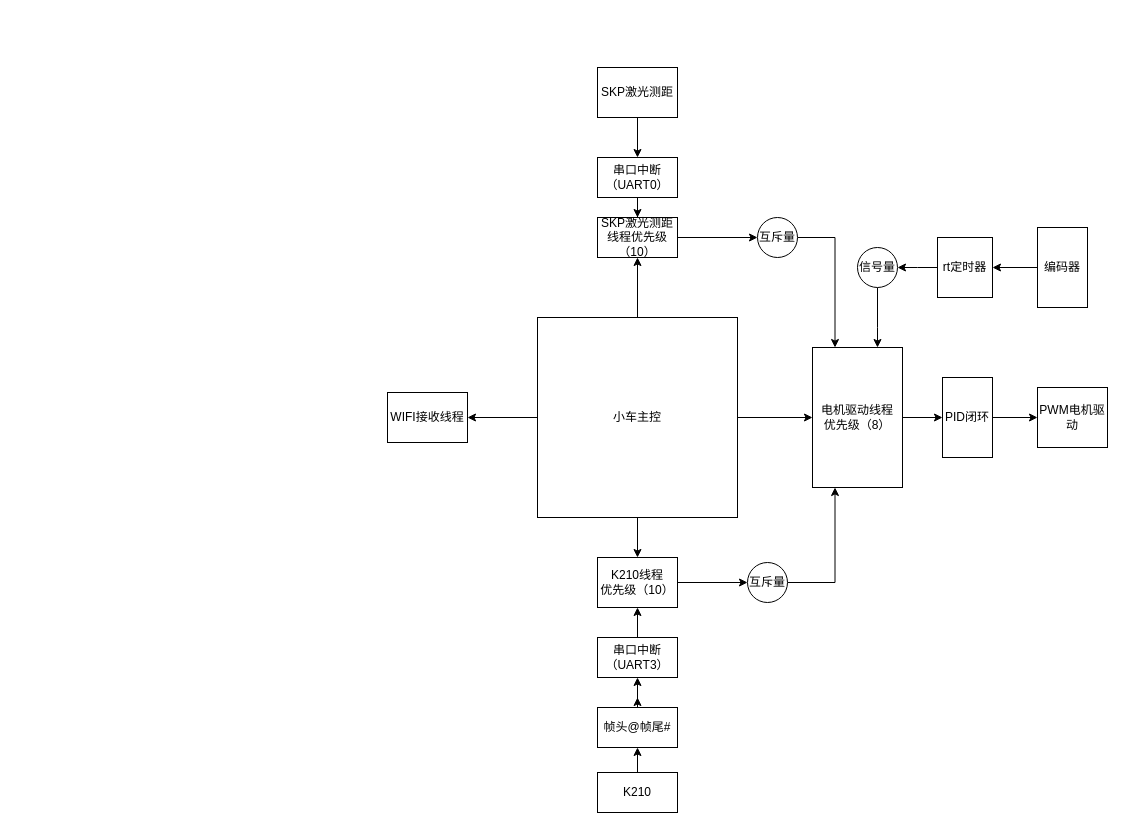
The draw.io diagram 小车软件框架.drawio in Garsad/Intelligent-tracking-car-C52, before the edit. Source tidied: cells renumbered, new cells numbered last; positions are measured from the earlier drawing's top-left corner, leaving out a move shared by most shapes. Both pictures are drawn from the tidied source at 100%, with x=0, y=0 at pixel (387, 67).
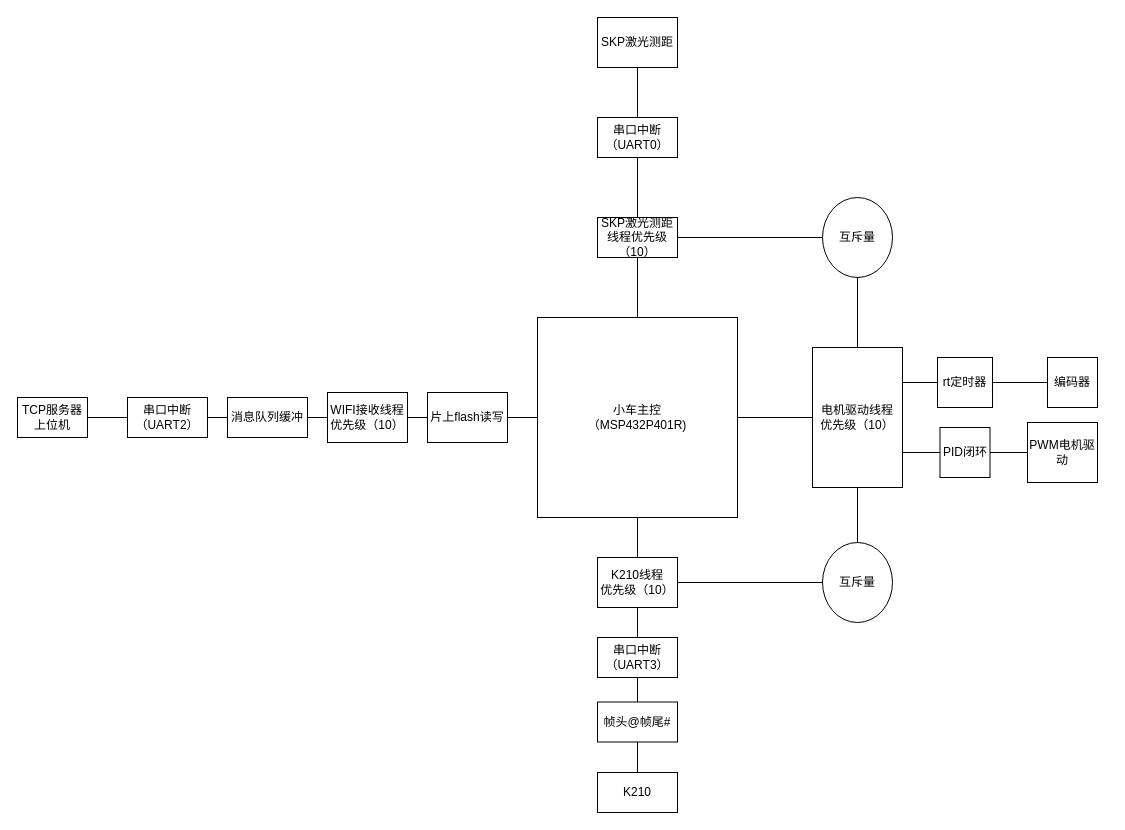
The same page after the edit.

Commit message:
更新小车软件框架.drawio

The change refers to these unchanged cells:
```xml
<mxCell id="8" value="K210线程&lt;br&gt;优先级（10）" style="rounded=0;whiteSpace=wrap;html=1;" parent="1" vertex="1">
  <mxGeometry x="210" y="490" width="80" height="50" as="geometry" />
</mxCell>
```

Diff of the diagram source:
```diff
@@
-    <mxCell id="2" style="edgeStyle=orthogonalEdgeStyle;rounded=0;jettySize=auto;html=1;" parent="1" edge="1" source="6" target="31">
-      <mxGeometry relative="1" as="geometry" />
-    </mxCell>
-    <mxCell id="3" style="edgeStyle=orthogonalEdgeStyle;rounded=0;jettySize=auto;html=1;" parent="1" edge="1" source="6" target="13">
-      <mxGeometry relative="1" as="geometry" />
-    </mxCell>
-    <mxCell id="4" style="edgeStyle=orthogonalEdgeStyle;rounded=0;jettySize=auto;html=1;" parent="1" edge="1" source="6" target="8">
-      <mxGeometry relative="1" as="geometry" />
-    </mxCell>
-    <mxCell id="5" style="edgeStyle=orthogonalEdgeStyle;rounded=0;jettySize=auto;html=1;" parent="1" edge="1" source="6" target="9">
-      <mxGeometry relative="1" as="geometry" />
-    </mxCell>
-    <mxCell id="6" value="小车主控" style="whiteSpace=wrap;html=1;" parent="1" vertex="1">
+    <mxCell id="6" value="小车主控&lt;br&gt;（MSP432P401R)" style="whiteSpace=wrap;html=1;" parent="1" vertex="1">
       <mxGeometry x="150" y="250" width="200" height="200" as="geometry" />
     </mxCell>
-    <mxCell id="7" style="edgeStyle=orthogonalEdgeStyle;rounded=0;jettySize=auto;html=1;" parent="1" edge="1" source="8" target="26">
-      <mxGeometry relative="1" as="geometry" />
-    </mxCell>
@@
-    <mxCell id="9" value="WIFI接收线程" style="rounded=0;whiteSpace=wrap;html=1;" parent="1" vertex="1">
-      <mxGeometry y="325" width="80" height="50" as="geometry" />
+    <mxCell id="9" value="WIFI接收线程&lt;br&gt;优先级（10）" style="rounded=0;whiteSpace=wrap;html=1;" parent="1" vertex="1">
+      <mxGeometry x="-60" y="325" width="80" height="50" as="geometry" />
     </mxCell>
-    <mxCell id="10" style="edgeStyle=orthogonalEdgeStyle;rounded=0;jettySize=auto;html=1;" parent="1" edge="1" source="11" target="28">
-      <mxGeometry relative="1" as="geometry" />
-    </mxCell>
     <mxCell id="11" value="SKP激光测距" style="rounded=0;whiteSpace=wrap;html=1;" parent="1" vertex="1">
-      <mxGeometry x="210" width="80" height="50" as="geometry" />
+      <mxGeometry x="210" y="-50" width="80" height="50" as="geometry" />
     </mxCell>
-    <mxCell id="12" style="edgeStyle=orthogonalEdgeStyle;rounded=0;jettySize=auto;html=1;" parent="1" edge="1" source="13" target="17">
-      <mxGeometry relative="1" as="geometry" />
-    </mxCell>
-    <mxCell id="13" value="电机驱动线程&lt;br&gt;优先级（8）" style="rounded=0;whiteSpace=wrap;html=1;direction=south;" parent="1" vertex="1">
+    <mxCell id="13" value="电机驱动线程&lt;br&gt;优先级（10）" style="rounded=0;whiteSpace=wrap;html=1;direction=south;" parent="1" vertex="1">
       <mxGeometry x="425" y="280" width="90" height="140" as="geometry" />
     </mxCell>
-    <mxCell id="14" style="edgeStyle=orthogonalEdgeStyle;rounded=0;jettySize=auto;html=1;" parent="1" edge="1" source="15" target="34">
-      <mxGeometry relative="1" as="geometry" />
-    </mxCell>
     <mxCell id="15" value="编码器" style="rounded=0;whiteSpace=wrap;html=1;direction=south;" parent="1" vertex="1">
-      <mxGeometry x="650" y="160" width="50" height="80" as="geometry" />
+      <mxGeometry x="660" y="290" width="50" height="50" as="geometry" />
     </mxCell>
-    <mxCell id="16" style="edgeStyle=orthogonalEdgeStyle;rounded=0;jettySize=auto;html=1;" parent="1" edge="1" source="17" target="37">
-      <mxGeometry relative="1" as="geometry" />
-    </mxCell>
     <mxCell id="17" value="PID闭环" style="rounded=0;whiteSpace=wrap;html=1;direction=south;" parent="1" vertex="1">
-      <mxGeometry x="555" y="310" width="50" height="80" as="geometry" />
+      <mxGeometry x="552.5" y="360" width="50" height="50" as="geometry" />
     </mxCell>
+    <mxCell id="19" value="K210" style="rounded=0;whiteSpace=wrap;html=1;direction=west;" parent="1" vertex="1">
+      <mxGeometry x="210" y="705" width="80" height="40" as="geometry" />
+    </mxCell>
+    <mxCell id="22" value="帧头@帧尾#" style="rounded=0;whiteSpace=wrap;html=1;" parent="1" vertex="1">
+      <mxGeometry x="210" y="634.5" width="80" height="40" as="geometry" />
+    </mxCell>
+    <mxCell id="24" value="串口中断（UART3）" style="rounded=0;whiteSpace=wrap;html=1;" parent="1" vertex="1">
+      <mxGeometry x="210" y="570" width="80" height="40" as="geometry" />
+    </mxCell>
+    <mxCell id="28" value="串口中断（UART0）" style="rounded=0;whiteSpace=wrap;html=1;" parent="1" vertex="1">
+      <mxGeometry x="210" y="50" width="80" height="40" as="geometry" />
+    </mxCell>
+    <mxCell id="31" value="SKP激光测距线程优先级（10）" style="whiteSpace=wrap;html=1;rounded=0;" parent="1" vertex="1">
+      <mxGeometry x="210" y="150" width="80" height="40" as="geometry" />
+    </mxCell>
+    <mxCell id="34" value="rt定时器" style="whiteSpace=wrap;html=1;rounded=0;" parent="1" vertex="1">
+      <mxGeometry x="550" y="290" width="55" height="50" as="geometry" />
+    </mxCell>
+    <mxCell id="37" value="PWM电机驱动" style="whiteSpace=wrap;html=1;rounded=0;" parent="1" vertex="1">
+      <mxGeometry x="640" y="355" width="70" height="60" as="geometry" />
+    </mxCell>
+    <mxCell id="38" value="消息队列缓冲" style="whiteSpace=wrap;html=1;rounded=0;" parent="1" vertex="1">
+      <mxGeometry x="-160" y="330" width="80" height="40" as="geometry" />
+    </mxCell>
+    <mxCell id="39" value="串口中断（UART2）" style="rounded=0;whiteSpace=wrap;html=1;" parent="1" vertex="1">
+      <mxGeometry x="-260" y="330" width="80" height="40" as="geometry" />
+    </mxCell>
+    <mxCell id="40" value="TCP服务器上位机" style="rounded=0;whiteSpace=wrap;html=1;" parent="1" vertex="1">
+      <mxGeometry x="-370" y="330" width="70" height="40" as="geometry" />
+    </mxCell>
+    <mxCell id="41" style="endArrow=none;html=1;rounded=0;exitX=1;exitY=0.5;exitDx=0;exitDy=0;entryX=0;entryY=0.5;entryDx=0;entryDy=0;" parent="1" edge="1" source="40" target="39">
+      <mxGeometry relative="1" as="geometry" />
+    </mxCell>
+    <mxCell id="42" style="endArrow=none;html=1;rounded=0;exitX=1;exitY=0.5;exitDx=0;exitDy=0;entryX=0;entryY=0.5;entryDx=0;entryDy=0;" parent="1" edge="1" source="39" target="38">
+      <mxGeometry relative="1" as="geometry" />
+    </mxCell>
+    <mxCell id="43" style="endArrow=none;html=1;rounded=0;exitX=1;exitY=0.5;exitDx=0;exitDy=0;entryX=0;entryY=0.5;entryDx=0;entryDy=0;" parent="1" edge="1" source="38" target="9">
+      <mxGeometry relative="1" as="geometry" />
+    </mxCell>
+    <mxCell id="44" style="endArrow=none;html=1;rounded=0;entryX=0.5;entryY=1;entryDx=0;entryDy=0;exitX=0.5;exitY=0;exitDx=0;exitDy=0;" parent="1" edge="1" source="8" target="6">
+      <mxGeometry relative="1" as="geometry" />
+    </mxCell>
+    <mxCell id="23" style="endArrow=none;html=1;rounded=0;exitX=0.5;exitY=0;exitDx=0;exitDy=0;entryX=0.5;entryY=1;entryDx=0;entryDy=0;" parent="1" edge="1" source="24" target="8">
+      <mxGeometry relative="1" as="geometry" />
+    </mxCell>
+    <mxCell id="21" style="endArrow=none;html=1;rounded=0;exitX=0.5;exitY=0;exitDx=0;exitDy=0;entryX=0.5;entryY=1;entryDx=0;entryDy=0;" parent="1" edge="1" source="22" target="24">
+      <mxGeometry relative="1" as="geometry" />
+    </mxCell>
-    <mxCell id="18" style="edgeStyle=orthogonalEdgeStyle;rounded=0;jettySize=auto;html=1;" parent="1" edge="1" source="19" target="22">
+    <mxCell id="18" style="endArrow=none;html=1;rounded=0;exitX=0.5;exitY=1;exitDx=0;exitDy=0;entryX=0.5;entryY=1;entryDx=0;entryDy=0;" parent="1" edge="1" source="19" target="22">
       <mxGeometry relative="1" as="geometry" />
     </mxCell>
-    <mxCell id="19" value="K210" style="rounded=0;whiteSpace=wrap;html=1;direction=west;" parent="1" vertex="1">
-      <mxGeometry x="210" y="705" width="80" height="40" as="geometry" />
-    </mxCell>
-    <mxCell id="20" style="edgeStyle=orthogonalEdgeStyle;rounded=0;jettySize=auto;html=1;exitX=0.5;exitY=0;exitDx=0;exitDy=0;entryX=0.5;entryY=1;entryDx=0;entryDy=0;" parent="1" edge="1" source="22">
-      <mxGeometry relative="1" as="geometry">
-        <mxPoint x="250" y="630" as="targetPoint" />
-      </mxGeometry>
-    </mxCell>
-    <mxCell id="21" style="edgeStyle=orthogonalEdgeStyle;rounded=0;jettySize=auto;html=1;" parent="1" edge="1" source="22" target="24">
-      <mxGeometry relative="1" as="geometry" />
-    </mxCell>
-    <mxCell id="22" value="帧头@帧尾#" style="rounded=0;whiteSpace=wrap;html=1;" parent="1" vertex="1">
-      <mxGeometry x="210" y="640" width="80" height="40" as="geometry" />
-    </mxCell>
-    <mxCell id="23" style="edgeStyle=orthogonalEdgeStyle;rounded=0;jettySize=auto;html=1;" parent="1" edge="1" source="24" target="8">
-      <mxGeometry relative="1" as="geometry" />
-    </mxCell>
-    <mxCell id="24" value="串口中断（UART3）" style="rounded=0;whiteSpace=wrap;html=1;" parent="1" vertex="1">
-      <mxGeometry x="210" y="570" width="80" height="40" as="geometry" />
-    </mxCell>
-    <mxCell id="25" style="edgeStyle=orthogonalEdgeStyle;rounded=0;jettySize=auto;html=1;entryX=1;entryY=0.75;entryDx=0;entryDy=0;" parent="1" edge="1" source="26" target="13">
-      <mxGeometry relative="1" as="geometry" />
-    </mxCell>
-    <mxCell id="26" value="互斥量" style="ellipse;whiteSpace=wrap;html=1;" parent="1" vertex="1">
-      <mxGeometry x="360" y="495" width="40" height="40" as="geometry" />
-    </mxCell>
-    <mxCell id="27" style="edgeStyle=orthogonalEdgeStyle;rounded=0;jettySize=auto;html=1;" parent="1" edge="1" source="28" target="31">
-      <mxGeometry relative="1" as="geometry" />
-    </mxCell>
-    <mxCell id="28" value="串口中断（UART0）" style="rounded=0;whiteSpace=wrap;html=1;" parent="1" vertex="1">
-      <mxGeometry x="210" y="90" width="80" height="40" as="geometry" />
-    </mxCell>
-    <mxCell id="29" style="edgeStyle=orthogonalEdgeStyle;rounded=0;jettySize=auto;html=1;entryX=0;entryY=0.75;entryDx=0;entryDy=0;" parent="1" edge="1" source="32" target="13">
-      <mxGeometry relative="1" as="geometry" />
-    </mxCell>
-    <mxCell id="30" style="edgeStyle=orthogonalEdgeStyle;rounded=0;jettySize=auto;html=1;" parent="1" edge="1" source="31" target="32">
-      <mxGeometry relative="1" as="geometry" />
-    </mxCell>
-    <mxCell id="31" value="SKP激光测距线程优先级（10）" style="whiteSpace=wrap;html=1;rounded=0;" parent="1" vertex="1">
-      <mxGeometry x="210" y="150" width="80" height="40" as="geometry" />
-    </mxCell>
-    <mxCell id="32" value="互斥量" style="ellipse;whiteSpace=wrap;html=1;" parent="1" vertex="1">
-      <mxGeometry x="370" y="150" width="40" height="40" as="geometry" />
-    </mxCell>
-    <mxCell id="33" style="edgeStyle=orthogonalEdgeStyle;rounded=0;jettySize=auto;html=1;" parent="1" edge="1" source="34">
-      <mxGeometry relative="1" as="geometry">
-        <mxPoint x="510" y="200" as="targetPoint" />
-      </mxGeometry>
-    </mxCell>
-    <mxCell id="34" value="rt定时器" style="whiteSpace=wrap;html=1;rounded=0;" parent="1" vertex="1">
-      <mxGeometry x="550" y="170" width="55" height="60" as="geometry" />
-    </mxCell>
-    <mxCell id="35" style="edgeStyle=orthogonalEdgeStyle;rounded=0;jettySize=auto;html=1;" parent="1" edge="1" source="36" target="13">
-      <mxGeometry relative="1" as="geometry">
-        <Array as="points">
-          <mxPoint x="490" y="260" />
-          <mxPoint x="490" y="260" />
-        </Array>
-      </mxGeometry>
-    </mxCell>
-    <mxCell id="36" value="信号量" style="ellipse;whiteSpace=wrap;html=1;" parent="1" vertex="1">
-      <mxGeometry x="470" y="180" width="40" height="40" as="geometry" />
-    </mxCell>
-    <mxCell id="37" value="PWM电机驱动" style="whiteSpace=wrap;html=1;rounded=0;" parent="1" vertex="1">
-      <mxGeometry x="650" y="320" width="70" height="60" as="geometry" />
-    </mxCell>
+    <mxCell id="45" style="endArrow=none;html=1;rounded=0;exitX=0.5;exitY=1;exitDx=0;exitDy=0;entryX=1;entryY=0.5;entryDx=0;entryDy=0;" parent="1" edge="1" source="13" target="6">
+      <mxGeometry relative="1" as="geometry" />
+    </mxCell>
+    <mxCell id="46" style="endArrow=none;html=1;rounded=0;exitX=0.5;exitY=1;exitDx=0;exitDy=0;entryX=0.75;entryY=0;entryDx=0;entryDy=0;" parent="1" edge="1" source="17" target="13">
+      <mxGeometry relative="1" as="geometry" />
+    </mxCell>
+    <mxCell id="47" style="endArrow=none;html=1;rounded=0;exitX=0;exitY=0.5;exitDx=0;exitDy=0;entryX=0.5;entryY=0;entryDx=0;entryDy=0;" parent="1" edge="1" source="37" target="17">
+      <mxGeometry relative="1" as="geometry" />
+    </mxCell>
+    <mxCell id="2" style="endArrow=none;html=1;rounded=0;exitX=0.5;exitY=0;exitDx=0;exitDy=0;entryX=0.5;entryY=1;entryDx=0;entryDy=0;" parent="1" edge="1" source="6" target="31">
+      <mxGeometry relative="1" as="geometry" />
+    </mxCell>
+    <mxCell id="48" style="endArrow=none;html=1;rounded=0;exitX=0.5;exitY=0;exitDx=0;exitDy=0;entryX=0.5;entryY=1;entryDx=0;entryDy=0;" parent="1" edge="1" source="31" target="28">
+      <mxGeometry relative="1" as="geometry" />
+    </mxCell>
+    <mxCell id="49" style="endArrow=none;html=1;rounded=0;exitX=0.5;exitY=0;exitDx=0;exitDy=0;entryX=0.5;entryY=1;entryDx=0;entryDy=0;" parent="1" edge="1" source="28" target="11">
+      <mxGeometry relative="1" as="geometry" />
+    </mxCell>
+    <mxCell id="50" style="endArrow=none;html=1;rounded=0;exitX=1;exitY=0.5;exitDx=0;exitDy=0;" parent="1" edge="1" source="31" target="53">
+      <mxGeometry relative="1" as="geometry" />
+    </mxCell>
+    <mxCell id="51" style="endArrow=none;html=1;rounded=0;exitX=0.25;exitY=0;exitDx=0;exitDy=0;entryX=0;entryY=0.5;entryDx=0;entryDy=0;" parent="1" edge="1" source="13" target="34">
+      <mxGeometry relative="1" as="geometry" />
+    </mxCell>
+    <mxCell id="52" style="endArrow=none;html=1;rounded=0;entryX=0.5;entryY=1;entryDx=0;entryDy=0;exitX=1;exitY=0.5;exitDx=0;exitDy=0;" parent="1" edge="1" source="34" target="15">
+      <mxGeometry relative="1" as="geometry" />
+    </mxCell>
+    <mxCell id="53" value="互斥量" style="ellipse;whiteSpace=wrap;html=1;" parent="1" vertex="1">
+      <mxGeometry x="435" y="130" width="70" height="80" as="geometry" />
+    </mxCell>
+    <mxCell id="54" style="endArrow=none;html=1;rounded=0;entryX=0.5;entryY=1;entryDx=0;entryDy=0;exitX=0;exitY=0.5;exitDx=0;exitDy=0;" parent="1" edge="1" source="13" target="53">
+      <mxGeometry relative="1" as="geometry" />
+    </mxCell>
+    <mxCell id="55" value="互斥量" style="ellipse;whiteSpace=wrap;html=1;" parent="1" vertex="1">
+      <mxGeometry x="435" y="475" width="70" height="80" as="geometry" />
+    </mxCell>
+    <mxCell id="56" style="endArrow=none;html=1;rounded=0;exitX=1;exitY=0.5;exitDx=0;exitDy=0;entryX=0;entryY=0.5;entryDx=0;entryDy=0;" parent="1" edge="1" source="8" target="55">
+      <mxGeometry relative="1" as="geometry" />
+    </mxCell>
+    <mxCell id="57" style="endArrow=none;html=1;rounded=0;entryX=1;entryY=0.5;entryDx=0;entryDy=0;exitX=0.5;exitY=0;exitDx=0;exitDy=0;" parent="1" edge="1" source="55" target="13">
+      <mxGeometry relative="1" as="geometry" />
+    </mxCell>
+    <mxCell id="58" value="片上flash读写" style="rounded=0;whiteSpace=wrap;html=1;" parent="1" vertex="1">
+      <mxGeometry x="40" y="325" width="80" height="50" as="geometry" />
+    </mxCell>
+    <mxCell id="59" style="endArrow=none;html=1;rounded=0;exitX=0;exitY=0.5;exitDx=0;exitDy=0;entryX=1;entryY=0.5;entryDx=0;entryDy=0;" parent="1" edge="1" source="58" target="9">
+      <mxGeometry relative="1" as="geometry" />
+    </mxCell>
+    <mxCell id="60" style="endArrow=none;html=1;rounded=0;entryX=0;entryY=0.5;entryDx=0;entryDy=0;exitX=1;exitY=0.5;exitDx=0;exitDy=0;" parent="1" edge="1" source="58" target="6">
+      <mxGeometry relative="1" as="geometry" />
+    </mxCell>
```
